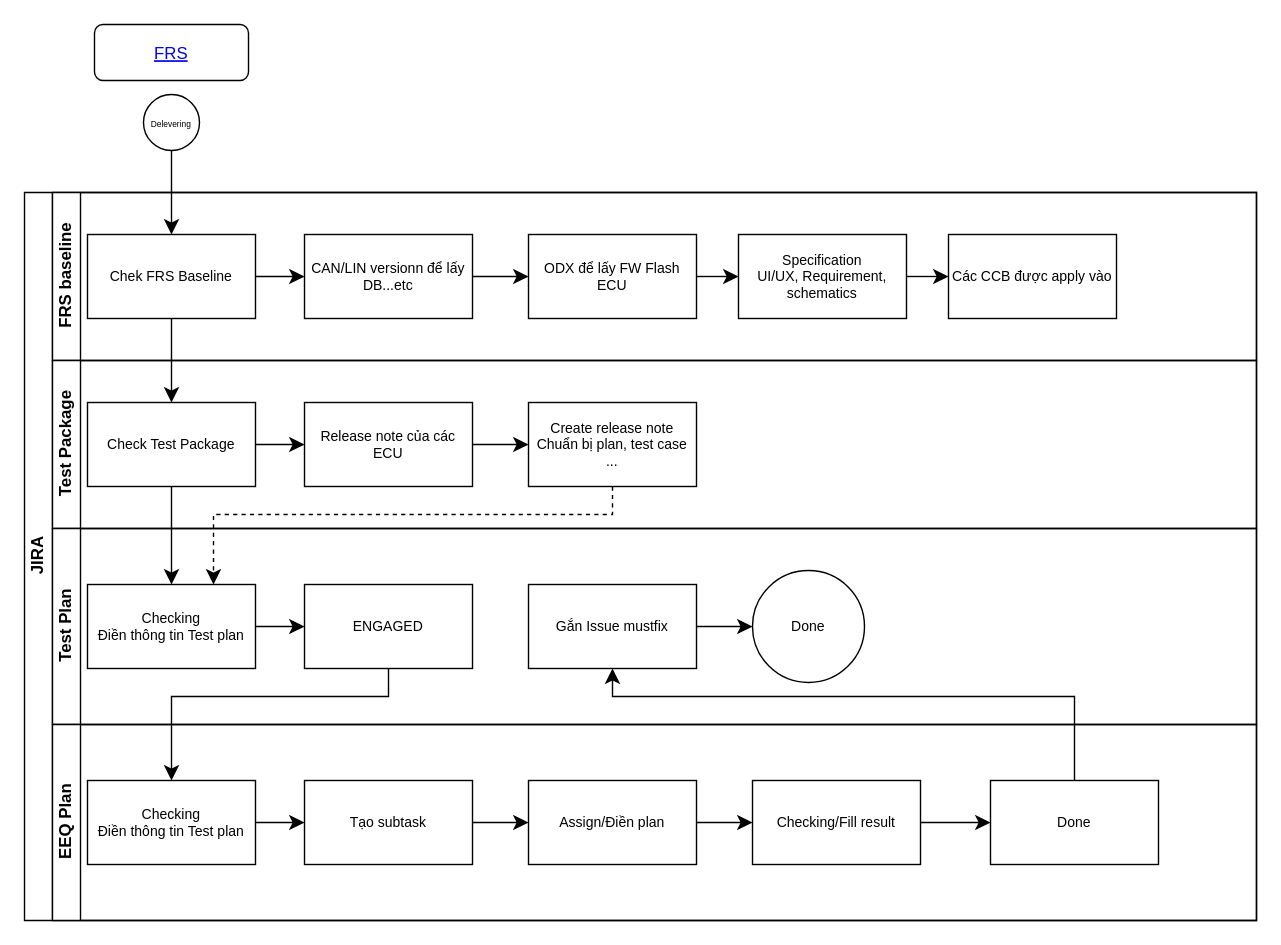
Before: Biểu đồ không có tiêu đề.drawio in athanhoang/viindoo_accademy, a draw.io diagram. Source tidied: cells renumbered, new cells numbered last; positions are measured from the earlier drawing's top-left corner, leaving out a move shared by most shapes. Both pictures are drawn from the tidied source at 140%, with x=0, y=0 at pixel (24, 24).
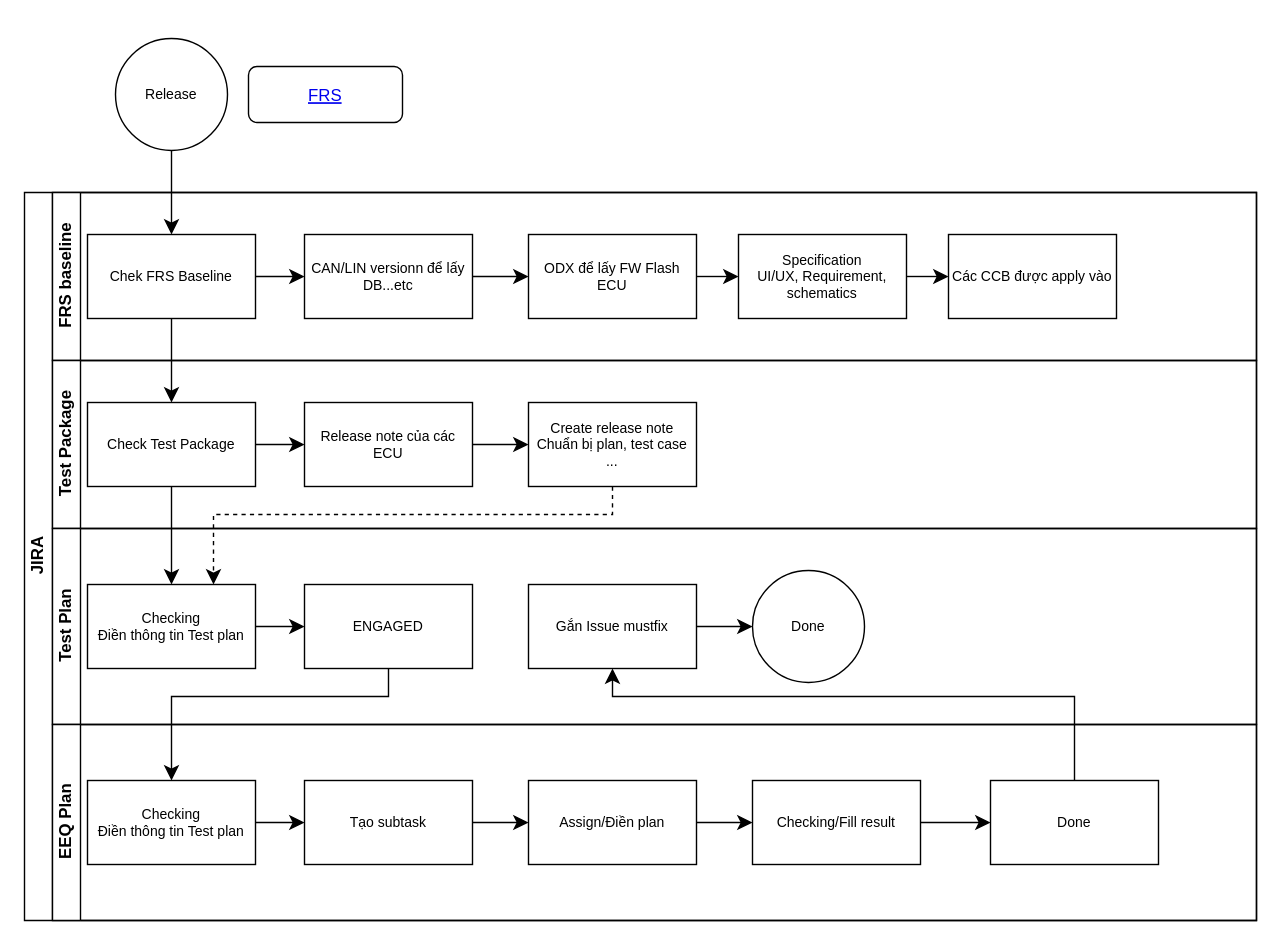
Above is the later version.

Commit message (it also covers changes not shown here):
Cập nhật Biểu đồ không có tiêu đề.drawio

The change refers to these unchanged cells:
```xml
<mxCell id="5" value="&lt;span style=&quot;font-size: 10px;&quot;&gt;Chek FRS Baseline&lt;/span&gt;" style="whiteSpace=wrap;html=1;fontSize=10;" parent="3" vertex="1">
  <mxGeometry x="25" y="30" width="120" height="60" as="geometry" />
</mxCell>
```

The edit, as a diff of the source:
```diff
@@
-    <mxCell id="39" style="edgeStyle=none;curved=1;rounded=0;jettySize=auto;html=1;fontSize=12;startSize=8;endSize=8;" parent="1" edge="1" source="40" target="5">
-      <mxGeometry relative="1" as="geometry" />
+    <mxCell id="39" style="edgeStyle=none;curved=1;rounded=0;jettySize=auto;html=1;fontSize=12;startSize=8;endSize=8;" parent="1" edge="1" target="5">
+      <mxGeometry relative="1" as="geometry">
+        <mxPoint x="105" y="90" as="sourcePoint" />
+      </mxGeometry>
     </mxCell>
-    <mxCell id="40" value="&lt;font style=&quot;font-size: 6px;&quot;&gt;Delevering&lt;/font&gt;" style="ellipse;whiteSpace=wrap;html=1;" parent="1" vertex="1">
-      <mxGeometry x="85" y="50" width="40" height="40" as="geometry" />
-    </mxCell>
     <mxCell id="41" value="FRS" style="fontColor=#0000EE;fontStyle=4;rounded=1;overflow=hidden;spacing=10;" parent="1" vertex="1">
-      <mxGeometry x="50" width="110" height="40" as="geometry" />
+      <mxGeometry x="160" y="30" width="110" height="40" as="geometry" />
     </mxCell>
@@
+    <mxCell id="44" value="Release" style="ellipse;whiteSpace=wrap;html=1;fontSize=10;" parent="1" vertex="1">
+      <mxGeometry x="65" y="10" width="80" height="80" as="geometry" />
+    </mxCell>
```
